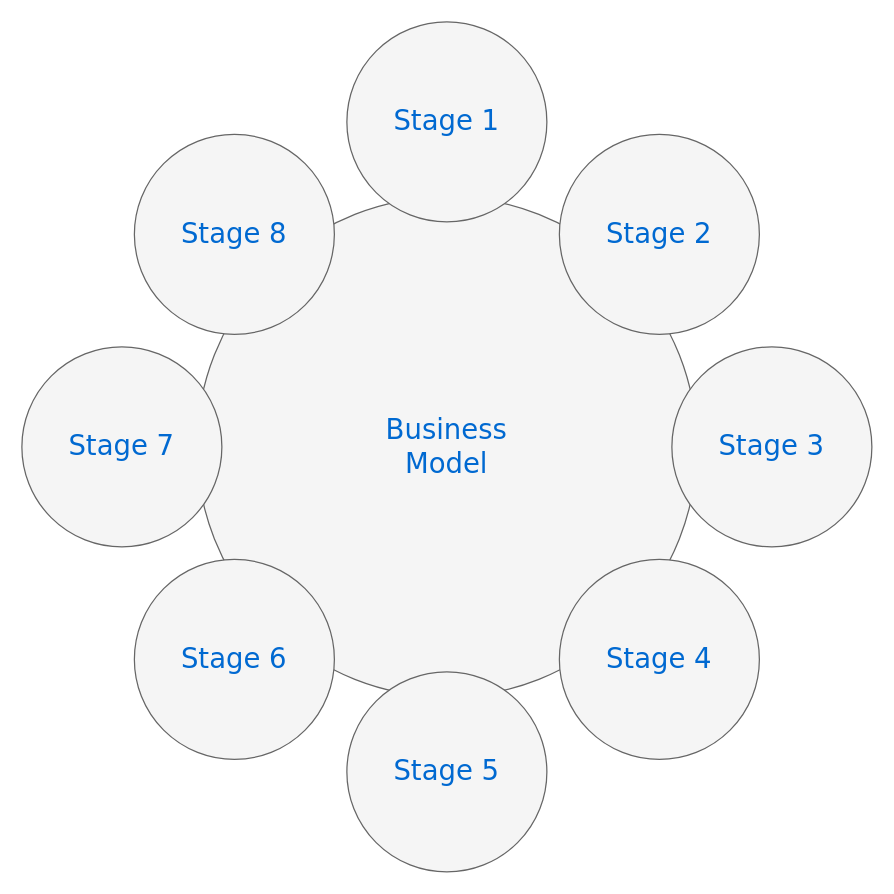
Earlier version of the draw.io diagram Untitled Diagram.drawio (siddharthraopotukuchi/test). Source tidied: cells renumbered, new cells numbered last; positions are measured from the earlier drawing's top-left corner, leaving out a move shared by most shapes. Both pictures are drawn from the tidied source at 125%, with x=0, y=0 at pixel (21, 21).
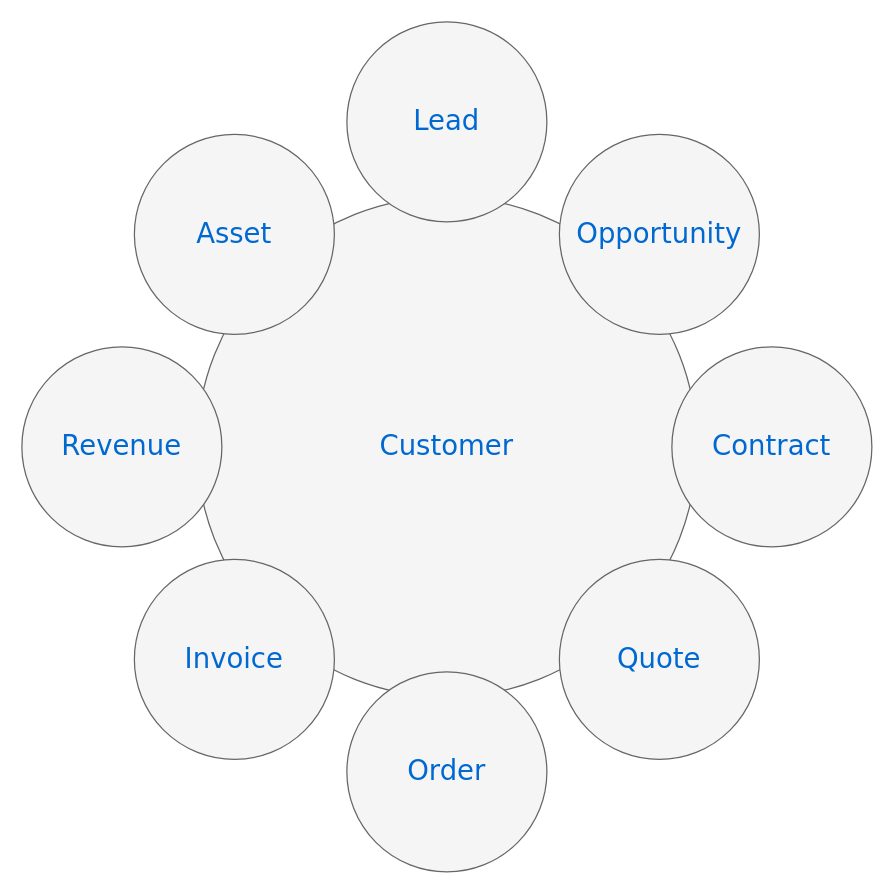
The same page after the edit.

What changed in the source:
```diff
@@
 <mxGraphModel background="#ffffff">
   <root>
     <mxCell id="0" />
     <mxCell id="1" parent="0" />
-    <mxCell id="2" value="Business&lt;div&gt;Model&lt;/div&gt;" style="ellipse;whiteSpace=wrap;html=1;rounded=0;shadow=0;dashed=0;comic=0;fontFamily=Verdana;fontSize=22;fontColor=#0069D1;fillColor=#f5f5f5;strokeColor=#666666;" parent="1" vertex="1">
+    <mxCell id="2" value="Customer" style="ellipse;whiteSpace=wrap;html=1;rounded=0;shadow=0;dashed=0;comic=0;fontFamily=Verdana;fontSize=22;fontColor=#0069D1;fillColor=#f5f5f5;strokeColor=#666666;" parent="1" vertex="1">
       <mxGeometry x="140" y="140" width="400" height="400" as="geometry" />
     </mxCell>
-    <mxCell id="3" value="Stage 1" style="ellipse;whiteSpace=wrap;html=1;rounded=0;shadow=0;dashed=0;comic=0;fontFamily=Verdana;fontSize=22;fontColor=#0069D1;fillColor=#f5f5f5;strokeColor=#666666;" parent="1" vertex="1">
+    <mxCell id="3" value="Lead" style="ellipse;whiteSpace=wrap;html=1;rounded=0;shadow=0;dashed=0;comic=0;fontFamily=Verdana;fontSize=22;fontColor=#0069D1;fillColor=#f5f5f5;strokeColor=#666666;" parent="1" vertex="1">
       <mxGeometry x="260" width="160" height="160" as="geometry" />
     </mxCell>
-    <mxCell id="4" value="Stage 5" style="ellipse;whiteSpace=wrap;html=1;rounded=0;shadow=0;dashed=0;comic=0;fontFamily=Verdana;fontSize=22;fontColor=#0069D1;fillColor=#f5f5f5;strokeColor=#666666;" parent="1" vertex="1">
+    <mxCell id="4" value="Order" style="ellipse;whiteSpace=wrap;html=1;rounded=0;shadow=0;dashed=0;comic=0;fontFamily=Verdana;fontSize=22;fontColor=#0069D1;fillColor=#f5f5f5;strokeColor=#666666;" parent="1" vertex="1">
       <mxGeometry x="260" y="520" width="160" height="160" as="geometry" />
     </mxCell>
-    <mxCell id="5" value="Stage 3" style="ellipse;whiteSpace=wrap;html=1;rounded=0;shadow=0;dashed=0;comic=0;fontFamily=Verdana;fontSize=22;fontColor=#0069D1;fillColor=#f5f5f5;strokeColor=#666666;" parent="1" vertex="1">
+    <mxCell id="5" value="Contract" style="ellipse;whiteSpace=wrap;html=1;rounded=0;shadow=0;dashed=0;comic=0;fontFamily=Verdana;fontSize=22;fontColor=#0069D1;fillColor=#f5f5f5;strokeColor=#666666;" parent="1" vertex="1">
       <mxGeometry x="520" y="260" width="160" height="160" as="geometry" />
     </mxCell>
-    <mxCell id="6" value="Stage 7" style="ellipse;whiteSpace=wrap;html=1;rounded=0;shadow=0;dashed=0;comic=0;fontFamily=Verdana;fontSize=22;fontColor=#0069D1;fillColor=#f5f5f5;strokeColor=#666666;" parent="1" vertex="1">
+    <mxCell id="6" value="Revenue" style="ellipse;whiteSpace=wrap;html=1;rounded=0;shadow=0;dashed=0;comic=0;fontFamily=Verdana;fontSize=22;fontColor=#0069D1;fillColor=#f5f5f5;strokeColor=#666666;" parent="1" vertex="1">
       <mxGeometry y="260" width="160" height="160" as="geometry" />
     </mxCell>
-    <mxCell id="7" value="Stage 8" style="ellipse;whiteSpace=wrap;html=1;rounded=0;shadow=0;dashed=0;comic=0;fontFamily=Verdana;fontSize=22;fontColor=#0069D1;fillColor=#f5f5f5;strokeColor=#666666;" parent="1" vertex="1">
+    <mxCell id="7" value="Asset" style="ellipse;whiteSpace=wrap;html=1;rounded=0;shadow=0;dashed=0;comic=0;fontFamily=Verdana;fontSize=22;fontColor=#0069D1;fillColor=#f5f5f5;strokeColor=#666666;" parent="1" vertex="1">
       <mxGeometry x="90" y="90" width="160" height="160" as="geometry" />
     </mxCell>
-    <mxCell id="8" value="Stage 2" style="ellipse;whiteSpace=wrap;html=1;rounded=0;shadow=0;dashed=0;comic=0;fontFamily=Verdana;fontSize=22;fontColor=#0069D1;fillColor=#f5f5f5;strokeColor=#666666;" parent="1" vertex="1">
+    <mxCell id="8" value="Opportunity" style="ellipse;whiteSpace=wrap;html=1;rounded=0;shadow=0;dashed=0;comic=0;fontFamily=Verdana;fontSize=22;fontColor=#0069D1;fillColor=#f5f5f5;strokeColor=#666666;" parent="1" vertex="1">
       <mxGeometry x="430" y="90" width="160" height="160" as="geometry" />
     </mxCell>
-    <mxCell id="9" value="Stage 4" style="ellipse;whiteSpace=wrap;html=1;rounded=0;shadow=0;dashed=0;comic=0;fontFamily=Verdana;fontSize=22;fontColor=#0069D1;fillColor=#f5f5f5;strokeColor=#666666;" parent="1" vertex="1">
+    <mxCell id="9" value="Quote" style="ellipse;whiteSpace=wrap;html=1;rounded=0;shadow=0;dashed=0;comic=0;fontFamily=Verdana;fontSize=22;fontColor=#0069D1;fillColor=#f5f5f5;strokeColor=#666666;" parent="1" vertex="1">
       <mxGeometry x="430" y="430" width="160" height="160" as="geometry" />
     </mxCell>
-    <mxCell id="10" value="Stage 6" style="ellipse;whiteSpace=wrap;html=1;rounded=0;shadow=0;dashed=0;comic=0;fontFamily=Verdana;fontSize=22;fontColor=#0069D1;fillColor=#f5f5f5;strokeColor=#666666;" parent="1" vertex="1">
+    <mxCell id="10" value="Invoice" style="ellipse;whiteSpace=wrap;html=1;rounded=0;shadow=0;dashed=0;comic=0;fontFamily=Verdana;fontSize=22;fontColor=#0069D1;fillColor=#f5f5f5;strokeColor=#666666;" parent="1" vertex="1">
       <mxGeometry x="90" y="430" width="160" height="160" as="geometry" />
     </mxCell>
   </root>
 </mxGraphModel>
```
